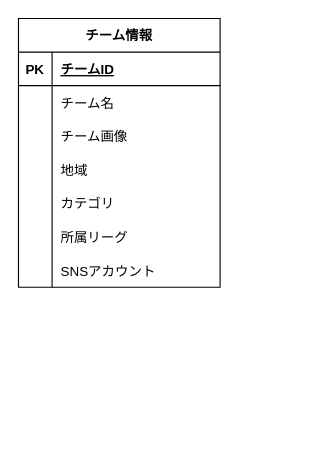
Above: docs/ERD.dio in NagaoTadashi/football-matching-app (draw.io), before the change. Source tidied: cells renumbered, new cells numbered last; positions are measured from the earlier drawing's top-left corner, leaving out a move shared by most shapes. Both pictures are drawn from the tidied source at 112%, with x=0, y=0 at pixel (18, 18).
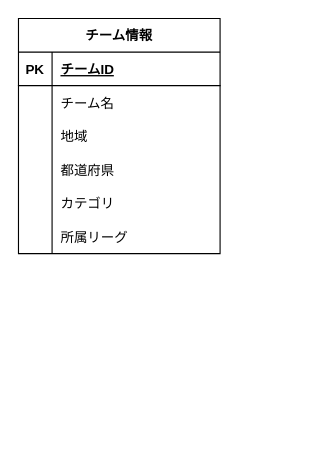
After the change.

Commit message:
チーム情報の内容を更新しました

What changed in the source:
```diff
@@
     <mxCell id="2" value="チーム情報" style="shape=table;startSize=30;childLayout=tableLayout;rowLines=0;fontStyle=1;align=center;" parent="1" vertex="1">
-      <mxGeometry width="180" height="240" as="geometry" />
+      <mxGeometry width="180" height="210" as="geometry" />
     </mxCell>
@@
-    <mxCell id="9" style="shape=tableRow;horizontal=0;startSize=0;swimlaneHead=0;swimlaneBody=0;fillColor=none;top=0;left=0;right=0;bottom=0;" parent="2" vertex="1">
-      <mxGeometry y="90" width="180" height="30" as="geometry" />
-    </mxCell>
-    <mxCell id="10" style="shape=partialRectangle;fillColor=none;top=0;left=0;bottom=0;right=0;overflow=hidden;" parent="9" vertex="1">
-      <mxGeometry width="30" height="30" as="geometry" />
-    </mxCell>
-    <mxCell id="11" value="チーム画像" style="shape=partialRectangle;fillColor=none;top=0;left=0;bottom=0;right=0;align=left;spacingLeft=6;overflow=hidden;" parent="9" vertex="1">
-      <mxGeometry x="30" width="150" height="30" as="geometry" />
-    </mxCell>
     <mxCell id="12" style="shape=tableRow;horizontal=0;startSize=0;swimlaneHead=0;swimlaneBody=0;fillColor=none;top=0;left=0;right=0;bottom=0;" parent="2" vertex="1">
-      <mxGeometry y="120" width="180" height="30" as="geometry" />
+      <mxGeometry y="90" width="180" height="30" as="geometry" />
     </mxCell>
@@
+    <mxCell id="26" style="shape=tableRow;horizontal=0;startSize=0;swimlaneHead=0;swimlaneBody=0;fillColor=none;top=0;left=0;right=0;bottom=0;" parent="2" vertex="1">
+      <mxGeometry y="120" width="180" height="30" as="geometry" />
+    </mxCell>
+    <mxCell id="27" style="shape=partialRectangle;fillColor=none;top=0;left=0;bottom=0;right=0;overflow=hidden;" parent="26" vertex="1">
+      <mxGeometry width="30" height="30" as="geometry" />
+    </mxCell>
+    <mxCell id="28" value="都道府県" style="shape=partialRectangle;fillColor=none;top=0;left=0;bottom=0;right=0;align=left;spacingLeft=6;overflow=hidden;" parent="26" vertex="1">
+      <mxGeometry x="30" width="150" height="30" as="geometry" />
+    </mxCell>
@@
-    <mxCell id="21" style="shape=tableRow;horizontal=0;startSize=0;swimlaneHead=0;swimlaneBody=0;fillColor=none;top=0;left=0;right=0;bottom=0;" parent="2" vertex="1">
-      <mxGeometry y="210" width="180" height="30" as="geometry" />
-    </mxCell>
-    <mxCell id="22" style="shape=partialRectangle;fillColor=none;top=0;left=0;bottom=0;right=0;overflow=hidden;" parent="21" vertex="1">
-      <mxGeometry width="30" height="30" as="geometry" />
-    </mxCell>
-    <mxCell id="23" value="SNSアカウント" style="shape=partialRectangle;fillColor=none;top=0;left=0;bottom=0;right=0;align=left;spacingLeft=6;overflow=hidden;" parent="21" vertex="1">
-      <mxGeometry x="30" width="150" height="30" as="geometry" />
-    </mxCell>
```
